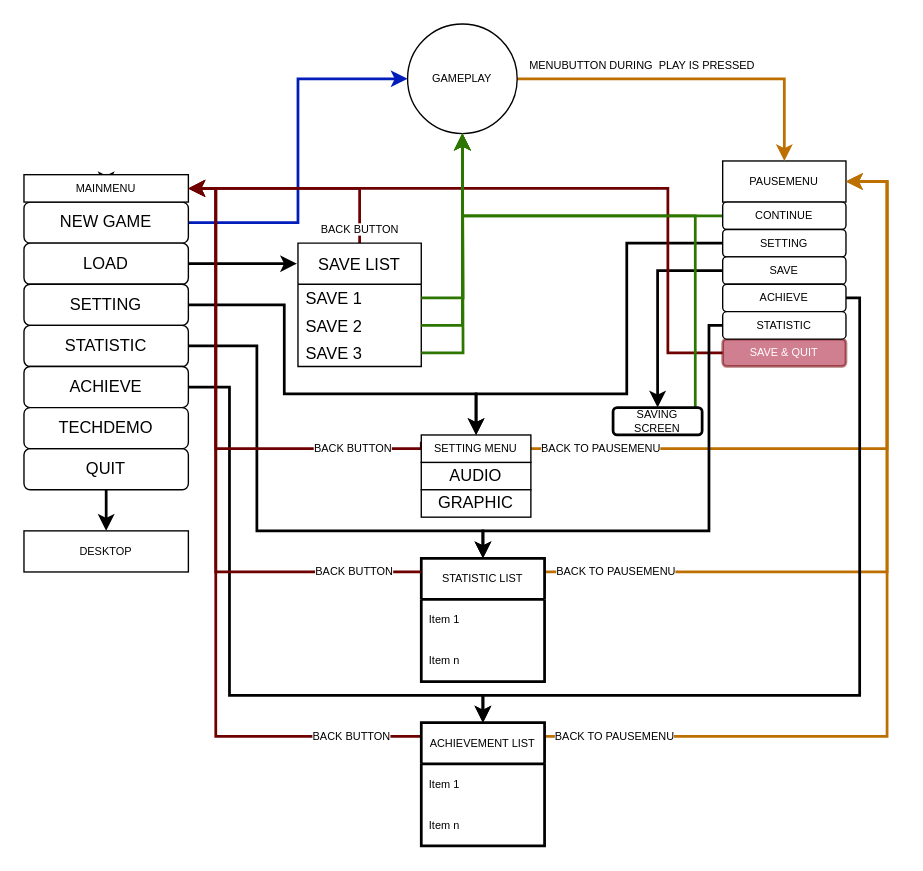
MarshallXXVI/Sopranium keeps this draw.io diagram as Untitled Diagram.drawio. Above is the earlier version. Source tidied: cells renumbered, new cells numbered last; positions are measured from the earlier drawing's top-left corner, leaving out a move shared by most shapes. Both pictures are drawn from the tidied source at 137%, with x=0, y=0 at pixel (23, 23).
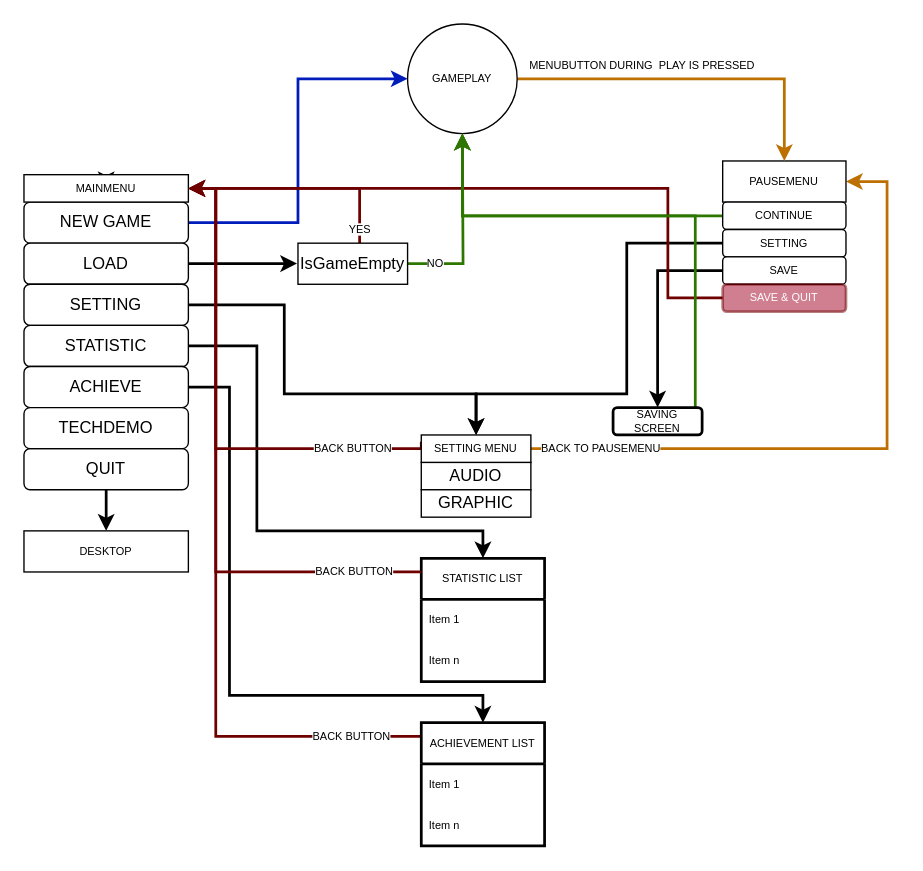
After the change.

The change refers to these unchanged cells:
```xml
<mxCell id="5" value="LOAD" style="rounded=1;whiteSpace=wrap;html=1;" parent="1" vertex="1">
  <mxGeometry y="160" width="120" height="30" as="geometry" />
</mxCell>
<mxCell id="26" value="MAINMENU" style="rounded=0;whiteSpace=wrap;html=1;labelBackgroundColor=none;labelBorderColor=none;strokeColor=default;fontSize=8;fontColor=#000000;gradientColor=none;" parent="1" vertex="1">
  <mxGeometry y="110" width="120" height="20" as="geometry" />
</mxCell>
<mxCell id="28" value="PAUSEMENU" style="rounded=0;whiteSpace=wrap;html=1;labelBackgroundColor=none;labelBorderColor=none;strokeColor=default;fontSize=8;fontColor=#000000;gradientColor=none;" parent="1" vertex="1">
  <mxGeometry x="510" y="100" width="90" height="30" as="geometry" />
</mxCell>
<mxCell id="30" value="GAMEPLAY" style="ellipse;whiteSpace=wrap;html=1;labelBackgroundColor=none;labelBorderColor=none;strokeColor=default;fontSize=8;fontColor=#000000;gradientColor=none;" parent="1" vertex="1">
  <mxGeometry x="280" width="80" height="80" as="geometry" />
</mxCell>
<mxCell id="43" value="STATISTIC LIST" style="swimlane;fontStyle=0;horizontal=1;startSize=30;labelBackgroundColor=none;labelBorderColor=none;strokeColor=default;strokeWidth=2;fontSize=8;fontColor=#000000;gradientColor=none;html=0;" parent="1" vertex="1">
  <mxGeometry x="290" y="390" width="90" height="90" as="geometry" />
</mxCell>
<mxCell id="51" value="ACHIEVEMENT LIST" style="swimlane;fontStyle=0;horizontal=1;startSize=30;labelBackgroundColor=none;labelBorderColor=none;strokeColor=default;strokeWidth=2;fontSize=8;fontColor=#000000;gradientColor=none;html=0;" parent="1" vertex="1">
  <mxGeometry x="290" y="510" width="90" height="90" as="geometry" />
</mxCell>
```

What changed in the source:
```diff
@@
-    <mxCell id="4" style="edgeStyle=orthogonalEdgeStyle;rounded=0;jumpSize=9;jettySize=auto;html=1;exitX=1;exitY=0.5;exitDx=0;exitDy=0;entryX=-0.008;entryY=0.166;entryDx=0;entryDy=0;entryPerimeter=0;strokeColor=default;strokeWidth=2;fontSize=8;fontColor=#000000;" parent="1" edge="1" source="5" target="16">
-      <mxGeometry relative="1" as="geometry" />
+    <mxCell id="4" style="edgeStyle=orthogonalEdgeStyle;rounded=0;jumpSize=9;jettySize=auto;html=1;exitX=1;exitY=0.5;exitDx=0;exitDy=0;entryX=-0.008;entryY=0.166;entryDx=0;entryDy=0;entryPerimeter=0;strokeColor=default;strokeWidth=2;fontSize=8;fontColor=#000000;" parent="1" edge="1" source="5">
+      <mxGeometry relative="1" as="geometry">
+        <mxPoint x="199.3" y="174.9" as="targetPoint" />
+      </mxGeometry>
     </mxCell>
@@
-    <mxCell id="15" value="BACK BUTTON" style="edgeStyle=orthogonalEdgeStyle;rounded=0;jumpSize=9;jettySize=auto;html=1;entryX=1;entryY=0.5;entryDx=0;entryDy=0;strokeColor=#6F0000;strokeWidth=2;fontSize=8;fontColor=#000000;fillColor=#a20025;" parent="1" edge="1" source="16" target="26">
+    <mxCell id="15" value="YES" style="edgeStyle=orthogonalEdgeStyle;rounded=0;jumpSize=9;jettySize=auto;html=1;entryX=1;entryY=0.5;entryDx=0;entryDy=0;strokeColor=#6F0000;strokeWidth=2;fontSize=8;fontColor=#000000;fillColor=#a20025;" parent="1" edge="1" target="26">
       <mxGeometry x="-0.88" relative="1" as="geometry">
+        <mxPoint x="245" y="160" as="sourcePoint" />
         <Array as="points">
           <mxPoint x="245" y="120" />
         </Array>
       </mxGeometry>
     </mxCell>
-    <mxCell id="16" value="SAVE LIST" style="swimlane;fontStyle=0;horizontal=1;startSize=30;labelBackgroundColor=default;labelBorderColor=none;gradientColor=none;strokeColor=default;" parent="1" vertex="1">
-      <mxGeometry x="200" y="160" width="90" height="90" as="geometry" />
-    </mxCell>
-    <mxCell id="17" value="SAVE 1" style="text;strokeColor=none;fillColor=none;align=left;verticalAlign=middle;spacingLeft=4;spacingRight=4;overflow=hidden;points=[[0,0.5],[1,0.5]];portConstraint=eastwest;" parent="16" vertex="1">
-      <mxGeometry y="30" width="90" height="20" as="geometry" />
-    </mxCell>
-    <mxCell id="18" value="SAVE 2" style="text;strokeColor=none;fillColor=none;align=left;verticalAlign=middle;spacingLeft=4;spacingRight=4;overflow=hidden;points=[[0,0.5],[1,0.5]];portConstraint=eastwest;labelBackgroundColor=none;labelBorderColor=none;" parent="16" vertex="1">
-      <mxGeometry y="50" width="90" height="20" as="geometry" />
-    </mxCell>
-    <mxCell id="19" value="SAVE 3" style="text;strokeColor=none;fillColor=none;align=left;verticalAlign=middle;spacingLeft=4;spacingRight=4;overflow=hidden;points=[[0,0.5],[1,0.5]];portConstraint=eastwest;labelBorderColor=none;" parent="16" vertex="1">
-      <mxGeometry y="70" width="90" height="20" as="geometry" />
-    </mxCell>
@@
-    <mxCell id="37" style="edgeStyle=orthogonalEdgeStyle;rounded=0;jumpSize=9;jettySize=auto;html=1;entryX=1;entryY=0.5;entryDx=0;entryDy=0;strokeColor=#6F0000;strokeWidth=2;fontSize=8;fontColor=#000000;fillColor=#a20025;" parent="1" edge="1" source="38" target="26">
+    <mxCell id="37" style="edgeStyle=orthogonalEdgeStyle;rounded=0;jumpSize=9;jettySize=auto;html=1;entryX=1;entryY=0.5;entryDx=0;entryDy=0;strokeColor=#6F0000;strokeWidth=2;fontSize=8;fontColor=#000000;fillColor=#a20025;exitX=0;exitY=0.5;exitDx=0;exitDy=0;" parent="1" edge="1" source="38" target="26">
       <mxGeometry relative="1" as="geometry">
         <Array as="points">
-          <mxPoint x="470" y="240" />
+          <mxPoint x="470" y="200" />
           <mxPoint x="470" y="120" />
         </Array>
       </mxGeometry>
     </mxCell>
     <mxCell id="38" value="SAVE &amp;amp; QUIT" style="rounded=1;whiteSpace=wrap;html=1;labelBackgroundColor=none;labelBorderColor=none;strokeColor=#6F0000;fontSize=8;fontColor=#ffffff;fillColor=#a20025;opacity=50;strokeWidth=2;" parent="1" vertex="1">
-      <mxGeometry x="510" y="230" width="90" height="20" as="geometry" />
+      <mxGeometry x="510" y="190" width="90" height="20" as="geometry" />
     </mxCell>
@@
-    <mxCell id="41" style="edgeStyle=orthogonalEdgeStyle;rounded=0;jumpSize=9;jettySize=auto;html=1;strokeColor=#2D7600;strokeWidth=2;fontSize=8;fontColor=#000000;fillColor=#60a917;" parent="1" edge="1" source="17">
-      <mxGeometry relative="1" as="geometry">
-        <mxPoint x="320" y="80" as="targetPoint" />
-      </mxGeometry>
-    </mxCell>
-    <mxCell id="42" value="BACK TO PAUSEMENU" style="edgeStyle=orthogonalEdgeStyle;rounded=0;jumpSize=9;jettySize=auto;html=1;exitX=1;exitY=0.25;exitDx=0;exitDy=0;entryX=1;entryY=0.5;entryDx=0;entryDy=0;strokeColor=#BD7000;strokeWidth=2;fontSize=8;fontColor=#000000;fillColor=#f0a30a;" parent="1" edge="1" source="43" target="28">
-      <mxGeometry x="-0.78" relative="1" as="geometry">
-        <Array as="points">
-          <mxPoint x="380" y="400" />
-          <mxPoint x="630" y="400" />
-          <mxPoint x="630" y="115" />
-        </Array>
-      </mxGeometry>
-    </mxCell>
@@
-    <mxCell id="47" style="edgeStyle=orthogonalEdgeStyle;rounded=0;jumpSize=9;jettySize=auto;html=1;entryX=0.5;entryY=0;entryDx=0;entryDy=0;strokeColor=default;strokeWidth=2;fontSize=8;fontColor=#000000;" parent="1" edge="1" source="48" target="51">
-      <mxGeometry relative="1" as="geometry">
-        <Array as="points">
-          <mxPoint x="610" y="200" />
-          <mxPoint x="610" y="490" />
-          <mxPoint x="335" y="490" />
-        </Array>
-      </mxGeometry>
-    </mxCell>
-    <mxCell id="48" value="ACHIEVE" style="rounded=1;whiteSpace=wrap;html=1;labelBackgroundColor=none;labelBorderColor=none;strokeColor=default;fontSize=8;fontColor=#000000;gradientColor=none;" parent="1" vertex="1">
-      <mxGeometry x="510" y="190" width="90" height="20" as="geometry" />
-    </mxCell>
@@
-    <mxCell id="50" value="BACK TO PAUSEMENU" style="edgeStyle=orthogonalEdgeStyle;rounded=0;jumpSize=9;jettySize=auto;html=1;exitX=1;exitY=0.25;exitDx=0;exitDy=0;entryX=1;entryY=0.5;entryDx=0;entryDy=0;strokeColor=#BD7000;strokeWidth=2;fontSize=8;fontColor=#000000;fillColor=#f0a30a;" parent="1" edge="1" source="51" target="28">
-      <mxGeometry x="-0.82" relative="1" as="geometry">
-        <Array as="points">
-          <mxPoint x="380" y="520" />
-          <mxPoint x="630" y="520" />
-          <mxPoint x="630" y="115" />
-        </Array>
-      </mxGeometry>
-    </mxCell>
@@
-    <mxCell id="54" style="edgeStyle=orthogonalEdgeStyle;rounded=0;jumpSize=9;jettySize=auto;html=1;entryX=0.5;entryY=1;entryDx=0;entryDy=0;strokeColor=#2D7600;strokeWidth=2;fontSize=8;fontColor=#000000;fillColor=#60a917;" parent="1" edge="1" source="18" target="30">
-      <mxGeometry relative="1" as="geometry" />
-    </mxCell>
-    <mxCell id="55" style="edgeStyle=orthogonalEdgeStyle;rounded=0;jumpSize=9;jettySize=auto;html=1;exitX=1;exitY=0.5;exitDx=0;exitDy=0;strokeColor=#2D7600;strokeWidth=2;fontSize=8;fontColor=#000000;fillColor=#60a917;" parent="1" edge="1" source="19">
-      <mxGeometry relative="1" as="geometry">
+    <mxCell id="55" value="NO" style="edgeStyle=orthogonalEdgeStyle;rounded=0;jumpSize=9;jettySize=auto;html=1;exitX=1;exitY=0.5;exitDx=0;exitDy=0;strokeColor=#2D7600;strokeWidth=2;fontSize=8;fontColor=#000000;fillColor=#60a917;" parent="1" edge="1" source="59">
+      <mxGeometry x="-0.7" relative="1" as="geometry">
         <mxPoint x="320" y="80" as="targetPoint" />
       </mxGeometry>
     </mxCell>
-    <mxCell id="56" style="edgeStyle=orthogonalEdgeStyle;rounded=0;jumpSize=9;jettySize=auto;html=1;entryX=0.5;entryY=0;entryDx=0;entryDy=0;strokeColor=default;strokeWidth=2;fontSize=8;fontColor=#000000;" parent="1" edge="1" source="57" target="43">
-      <mxGeometry relative="1" as="geometry">
-        <Array as="points">
-          <mxPoint x="500" y="220" />
-          <mxPoint x="500" y="370" />
-          <mxPoint x="335" y="370" />
-        </Array>
-      </mxGeometry>
-    </mxCell>
-    <mxCell id="57" value="STATISTIC" style="rounded=1;whiteSpace=wrap;html=1;labelBackgroundColor=none;labelBorderColor=none;strokeColor=default;fontSize=8;fontColor=#000000;gradientColor=none;" parent="1" vertex="1">
-      <mxGeometry x="510" y="210" width="90" height="20" as="geometry" />
-    </mxCell>
@@
+    <mxCell id="59" value="IsGameEmpty" style="rounded=0;whiteSpace=wrap;html=1;" parent="1" vertex="1">
+      <mxGeometry x="200" y="160" width="80" height="30" as="geometry" />
+    </mxCell>
```
